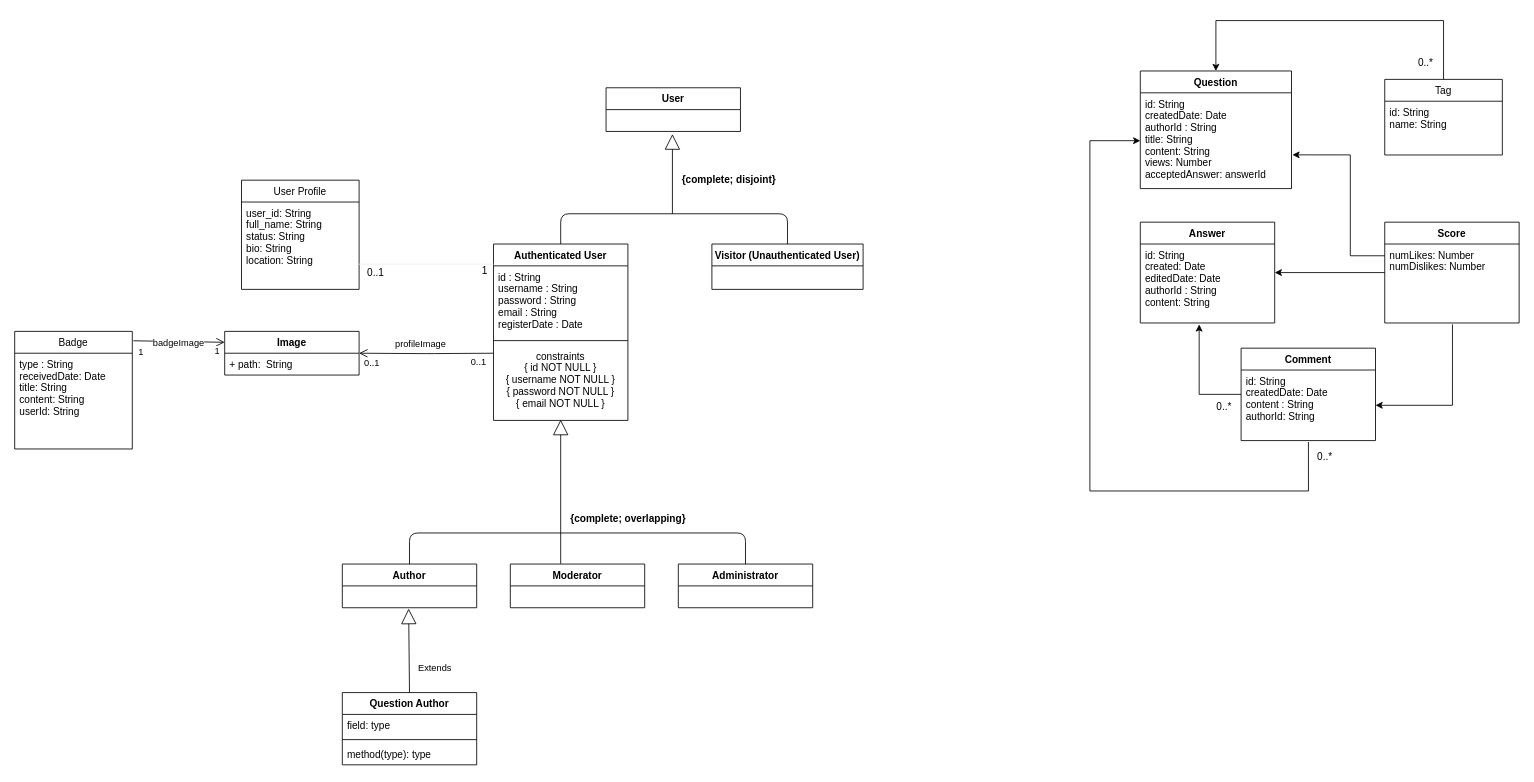
This is datamodel/datamodel.drawio from FabioMiguel2000/iNeedHelp, a draw.io file, before an edit. Source tidied: cells renumbered, new cells numbered last; positions are measured from the earlier drawing's top-left corner, leaving out a move shared by most shapes. Both pictures are drawn from the tidied source at 84%, with x=0, y=0 at pixel (14, 20).
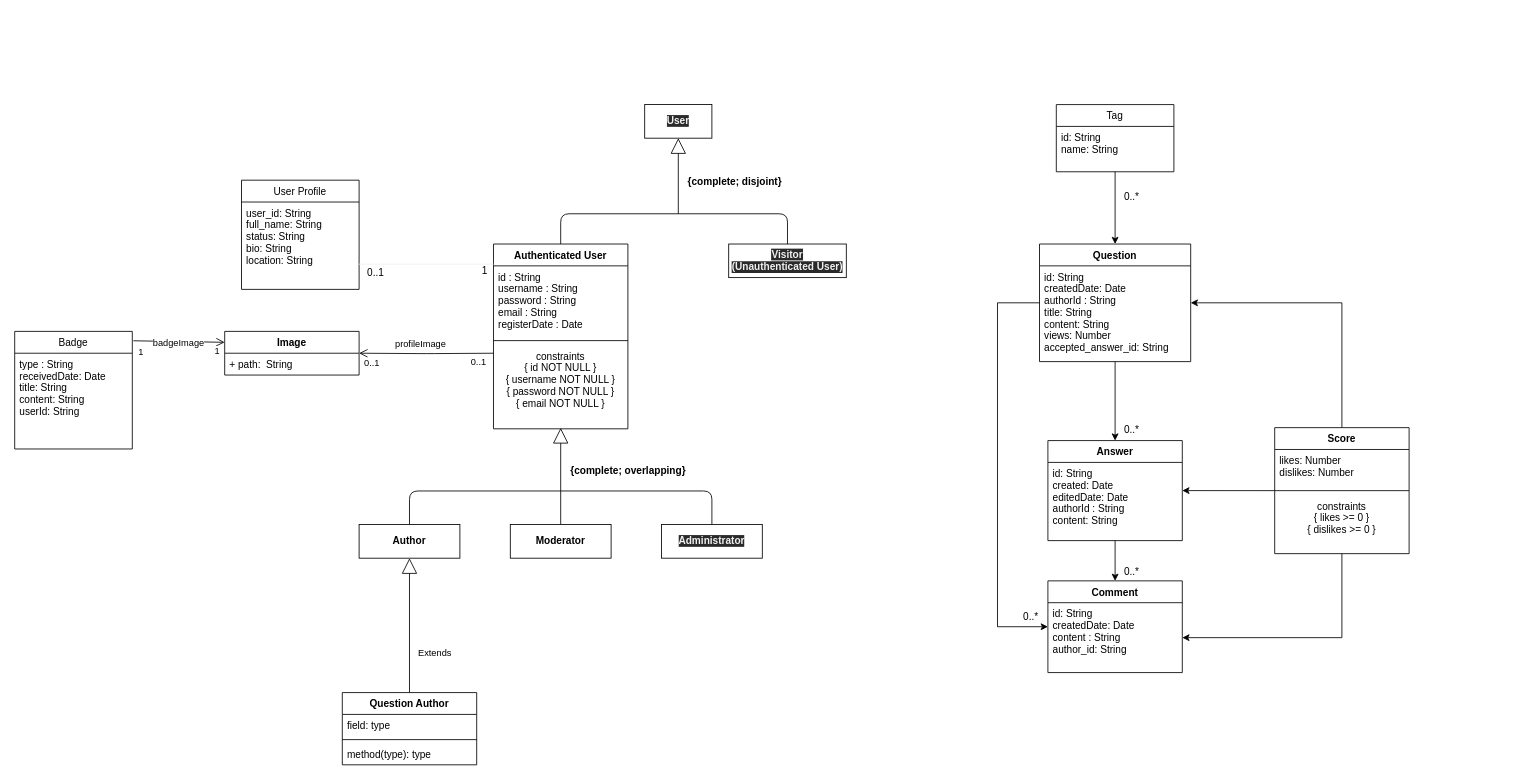
The same diagram, later.

The change refers to these unchanged cells:
```xml
<mxCell id="13" value="Question Author" style="swimlane;fontStyle=1;align=center;verticalAlign=top;horizontal=1;startSize=26;" parent="1" vertex="1">
  <mxGeometry x="390" y="800" width="160" height="86" as="geometry" />
</mxCell>
```

Diff of the diagram source:
```diff
@@
-    <mxCell id="2" value="User" style="swimlane;fontStyle=1;align=center;verticalAlign=top;horizontal=1;startSize=26;" parent="1" vertex="1">
-      <mxGeometry x="704" y="80" width="160" height="52" as="geometry" />
-    </mxCell>
-    <mxCell id="3" value="Moderator" style="swimlane;fontStyle=1;align=center;verticalAlign=top;horizontal=1;startSize=26;" parent="1" vertex="1">
-      <mxGeometry x="590" y="647" width="160" height="52" as="geometry" />
-    </mxCell>
-    <mxCell id="4" value="Administrator" style="swimlane;fontStyle=1;align=center;verticalAlign=top;horizontal=1;startSize=26;" parent="1" vertex="1">
-      <mxGeometry x="790" y="647" width="160" height="52" as="geometry" />
-    </mxCell>
     <mxCell id="5" value="Authenticated User" style="swimlane;fontStyle=1;align=center;verticalAlign=top;horizontal=1;startSize=26;" parent="1" vertex="1">
-      <mxGeometry x="570" y="266" width="160" height="210" as="geometry" />
+      <mxGeometry x="570" y="266" width="160" height="220" as="geometry" />
     </mxCell>
@@
     <mxCell id="8" value="constraints&#10;{ id NOT NULL }&#10;{ username NOT NULL }&#10;{ password NOT NULL }&#10;{ email NOT NULL }" style="text;strokeColor=none;fillColor=none;align=center;verticalAlign=top;spacingLeft=4;spacingRight=4;overflow=hidden;points=[[0,0.5],[1,0.5]];portConstraint=eastwest;" parent="5" vertex="1">
-      <mxGeometry y="120" width="160" height="90" as="geometry" />
+      <mxGeometry y="120" width="160" height="100" as="geometry" />
     </mxCell>
-    <mxCell id="9" value="Visitor (Unauthenticated User)&#10;" style="swimlane;fontStyle=1;align=center;verticalAlign=top;horizontal=1;startSize=26;" parent="1" vertex="1">
-      <mxGeometry x="830" y="266" width="180" height="54" as="geometry" />
-    </mxCell>
@@
-    <mxCell id="12" value="Author" style="swimlane;fontStyle=1;align=center;verticalAlign=top;horizontal=1;startSize=26;" parent="1" vertex="1">
-      <mxGeometry x="390" y="647" width="160" height="52" as="geometry" />
-    </mxCell>
@@
-    <mxCell id="21" value="&lt;span style=&quot;font-size: 12px ; font-weight: 700&quot;&gt;{complete; overlapping}&lt;/span&gt;" style="endArrow=block;endSize=16;endFill=0;html=1;exitX=0.375;exitY=-0.008;exitDx=0;exitDy=0;exitPerimeter=0;entryX=0.5;entryY=0.989;entryDx=0;entryDy=0;entryPerimeter=0;" parent="1" edge="1" source="3" target="8">
-      <mxGeometry x="-0.37" y="-80" relative="1" as="geometry" />
+    <mxCell id="21" value="&lt;span style=&quot;font-size: 12px ; font-weight: 700&quot;&gt;{complete; overlapping}&lt;/span&gt;" style="endArrow=block;endSize=16;endFill=0;html=1;exitX=0.5;exitY=0;exitDx=0;exitDy=0;entryX=0.5;entryY=0.989;entryDx=0;entryDy=0;entryPerimeter=0;" parent="1" edge="1" source="3" target="8">
+      <mxGeometry x="0.12" y="-80" relative="1" as="geometry" />
     </mxCell>
     <mxCell id="22" style="endArrow=none;html=1;entryX=0.5;entryY=0;entryDx=0;entryDy=0;exitX=0.5;exitY=0;exitDx=0;exitDy=0;" parent="1" edge="1" source="12" target="4">
       <mxGeometry relative="1" as="geometry">
         <Array as="points">
-          <mxPoint x="470" y="610" />
-          <mxPoint x="870" y="610" />
+          <mxPoint x="470" y="560" />
+          <mxPoint x="830" y="560" />
         </Array>
       </mxGeometry>
     </mxCell>
-    <mxCell id="23" value="Extends" style="endArrow=block;endSize=16;endFill=0;html=1;exitX=0.5;exitY=0;exitDx=0;exitDy=0;" parent="1" edge="1" source="13">
+    <mxCell id="23" value="Extends" style="endArrow=block;endSize=16;endFill=0;html=1;exitX=0.5;exitY=0;exitDx=0;exitDy=0;entryX=0.5;entryY=1;entryDx=0;entryDy=0;" parent="1" edge="1" source="13" target="12">
       <mxGeometry x="-0.4" y="-30" relative="1" as="geometry">
-        <mxPoint x="469" y="700" as="targetPoint" />
         <mxPoint y="1" as="offset" />
       </mxGeometry>
     </mxCell>
-    <mxCell id="24" value="&lt;span style=&quot;font-size: 12px ; font-weight: 700&quot;&gt;{complete; disjoint}&lt;/span&gt;" style="endArrow=block;endSize=16;endFill=0;html=1;entryX=0.494;entryY=1.12;entryDx=0;entryDy=0;entryPerimeter=0;" parent="1" edge="1">
+    <mxCell id="24" value="&lt;span style=&quot;font-size: 12px ; font-weight: 700&quot;&gt;{complete; disjoint}&lt;/span&gt;" style="endArrow=block;endSize=16;endFill=0;html=1;entryX=0.5;entryY=1;entryDx=0;entryDy=0;" parent="1" edge="1" target="2">
       <mxGeometry x="-0.16" y="-67" relative="1" as="geometry">
-        <mxPoint x="783" y="230" as="sourcePoint" />
-        <mxPoint x="783" y="135.1" as="targetPoint" />
+        <mxPoint x="790" y="230" as="sourcePoint" />
       </mxGeometry>
     </mxCell>
@@
-    <mxCell id="35" style="group;" parent="1" vertex="1">
-      <mxGeometry x="1250" y="60" width="541" height="440" as="geometry" />
-    </mxCell>
+    <mxCell id="52" value="0..*" style="text;html=1;strokeColor=none;fillColor=none;align=center;verticalAlign=middle;whiteSpace=wrap;rounded=0;" parent="1" vertex="1">
+      <mxGeometry x="1190" y="700" width="40" height="20" as="geometry" />
+    </mxCell>
+    <mxCell id="54" value="0..*" style="text;html=1;strokeColor=none;fillColor=none;align=center;verticalAlign=middle;whiteSpace=wrap;rounded=0;" parent="1" vertex="1">
+      <mxGeometry x="1310" y="200" width="40" height="20" as="geometry" />
+    </mxCell>
+    <mxCell id="55" value="1" style="text;html=1;strokeColor=none;fillColor=none;align=center;verticalAlign=middle;whiteSpace=wrap;rounded=0;" parent="1" vertex="1">
+      <mxGeometry x="550" y="290" width="20" height="15" as="geometry" />
+    </mxCell>
+    <mxCell id="56" value="0..1" style="text;html=1;strokeColor=none;fillColor=none;align=center;verticalAlign=middle;whiteSpace=wrap;rounded=0;" parent="1" vertex="1">
+      <mxGeometry x="410" y="290" width="40" height="20" as="geometry" />
+    </mxCell>
+    <mxCell id="57" style="endArrow=none;html=1;strokeColor=#f0f0f0;exitX=0;exitY=0;exitDx=0;exitDy=0;entryX=1;entryY=0;entryDx=0;entryDy=0;startSize=6;" parent="1" edge="1" source="56" target="55">
+      <mxGeometry relative="1" as="geometry" />
+    </mxCell>
+    <mxCell id="12" value="&lt;b&gt;Author&lt;/b&gt;" style="whiteSpace=wrap;html=1;" parent="1" vertex="1">
+      <mxGeometry x="410" y="600" width="120" height="40" as="geometry" />
+    </mxCell>
+    <mxCell id="3" value="&lt;span style=&quot;font-weight: 700&quot;&gt;Moderator&lt;/span&gt;" style="whiteSpace=wrap;html=1;" parent="1" vertex="1">
+      <mxGeometry x="590" y="600" width="120" height="40" as="geometry" />
+    </mxCell>
+    <mxCell id="4" value="&#10;&#10;&lt;span style=&quot;color: rgb(240, 240, 240); font-family: helvetica; font-size: 12px; font-style: normal; font-weight: 700; letter-spacing: normal; text-align: center; text-indent: 0px; text-transform: none; word-spacing: 0px; background-color: rgb(42, 42, 42); display: inline; float: none;&quot;&gt;Administrator&lt;/span&gt;&#10;&#10;" style="whiteSpace=wrap;html=1;" parent="1" vertex="1">
+      <mxGeometry x="770" y="600" width="120" height="40" as="geometry" />
+    </mxCell>
+    <mxCell id="9" value="&#10;&#10;&lt;span style=&quot;color: rgb(240, 240, 240); font-family: helvetica; font-size: 12px; font-style: normal; font-weight: 700; letter-spacing: normal; text-align: center; text-indent: 0px; text-transform: none; word-spacing: 0px; background-color: rgb(42, 42, 42); display: inline; float: none;&quot;&gt;Visitor (Unauthenticated User)&lt;/span&gt;&#10;&#10;" style="whiteSpace=wrap;html=1;" parent="1" vertex="1">
+      <mxGeometry x="850" y="266" width="140" height="40" as="geometry" />
+    </mxCell>
+    <mxCell id="2" value="&#10;&#10;&lt;span style=&quot;color: rgb(240, 240, 240); font-family: helvetica; font-size: 12px; font-style: normal; font-weight: 700; letter-spacing: normal; text-align: center; text-indent: 0px; text-transform: none; word-spacing: 0px; background-color: rgb(42, 42, 42); display: inline; float: none;&quot;&gt;User&lt;/span&gt;&#10;&#10;" style="whiteSpace=wrap;html=1;" parent="1" vertex="1">
+      <mxGeometry x="750" y="100" width="80" height="40" as="geometry" />
+    </mxCell>
+    <mxCell id="48" value="Tag" style="swimlane;fontStyle=0;horizontal=1;startSize=26;" parent="1" vertex="1">
+      <mxGeometry x="1240" y="100" width="140" height="80" as="geometry" />
+    </mxCell>
+    <mxCell id="49" value="id: String&#10;name: String" style="text;strokeColor=none;fillColor=none;align=left;verticalAlign=top;spacingLeft=4;spacingRight=4;overflow=hidden;points=[[0,0.5],[1,0.5]];portConstraint=eastwest;" parent="48" vertex="1">
+      <mxGeometry y="26" width="140" height="54" as="geometry" />
+    </mxCell>
+    <mxCell id="58" style="endArrow=classic;html=1;entryX=0.5;entryY=0;entryDx=0;entryDy=0;exitX=0.5;exitY=0.999;exitDx=0;exitDy=0;exitPerimeter=0;" parent="1" edge="1" source="49" target="36">
+      <mxGeometry relative="1" as="geometry" />
+    </mxCell>
-    <mxCell id="36" value="Question" style="swimlane;fontStyle=1;align=center;verticalAlign=top;horizontal=1;startSize=26;" parent="35" vertex="1">
-      <mxGeometry x="90" width="180" height="140" as="geometry" />
+    <mxCell id="36" value="Question" style="swimlane;fontStyle=1;align=center;verticalAlign=top;horizontal=1;startSize=26;" parent="1" vertex="1">
+      <mxGeometry x="1220" y="266" width="180" height="140" as="geometry" />
     </mxCell>
-    <mxCell id="37" value="id: String&#10;createdDate: Date&#10;authorId : String&#10;title: String&#10;content: String&#10;views: Number&#10;acceptedAnswer: answerId" style="text;strokeColor=none;fillColor=none;align=left;verticalAlign=top;spacingLeft=4;spacingRight=4;overflow=hidden;points=[[0,0.5],[1,0.5]];portConstraint=eastwest;" parent="36" vertex="1">
+    <mxCell id="37" value="id: String&#10;createdDate: Date&#10;authorId : String&#10;title: String&#10;content: String&#10;views: Number&#10;accepted_answer_id: String" style="text;strokeColor=none;fillColor=none;align=left;verticalAlign=top;spacingLeft=4;spacingRight=4;overflow=hidden;points=[[0,0.5],[1,0.5]];portConstraint=eastwest;" parent="36" vertex="1">
       <mxGeometry y="26" width="180" height="114" as="geometry" />
     </mxCell>
-    <mxCell id="38" style="edgeStyle=orthogonalEdgeStyle;rounded=0;jettySize=auto;html=1;entryX=0;entryY=0.5;entryDx=0;entryDy=0;exitX=0.501;exitY=1.02;exitDx=0;exitDy=0;exitPerimeter=0;" parent="35" edge="1" source="40" target="37">
+    <mxCell id="38" style="edgeStyle=orthogonalEdgeStyle;rounded=0;jettySize=auto;html=1;startArrow=classic;startFill=1;endArrow=none;endFill=0;exitX=0;exitY=0.5;exitDx=0;exitDy=0;entryX=0;entryY=0.5;entryDx=0;entryDy=0;" parent="1" edge="1" source="39" target="36">
       <mxGeometry relative="1" as="geometry">
         <Array as="points">
-          <mxPoint x="290" y="500" />
-          <mxPoint x="30" y="500" />
-          <mxPoint x="30" y="83" />
+          <mxPoint x="1170" y="722" />
+          <mxPoint x="1170" y="336" />
         </Array>
       </mxGeometry>
     </mxCell>
+    <mxCell id="45" style="edgeStyle=orthogonalEdgeStyle;rounded=0;jettySize=auto;html=1;entryX=1;entryY=0.5;entryDx=0;entryDy=0;exitX=0.5;exitY=0;exitDx=0;exitDy=0;" parent="1" edge="1" source="46" target="36">
+      <mxGeometry relative="1" as="geometry">
+        <Array as="points">
+          <mxPoint x="1580" y="336" />
+        </Array>
+      </mxGeometry>
+    </mxCell>
+    <mxCell id="59" style="endArrow=none;html=1;exitX=0.5;exitY=0;exitDx=0;exitDy=0;entryX=0.5;entryY=1;entryDx=0;entryDy=0;startArrow=classic;startFill=1;" parent="1" edge="1" source="41" target="36">
+      <mxGeometry relative="1" as="geometry" />
+    </mxCell>
-    <mxCell id="39" value="Comment" style="swimlane;fontStyle=1;align=center;verticalAlign=top;horizontal=1;startSize=26;" parent="35" vertex="1">
-      <mxGeometry x="210" y="330" width="160" height="110" as="geometry" />
+    <mxCell id="39" value="Comment" style="swimlane;fontStyle=1;align=center;verticalAlign=top;horizontal=1;startSize=26;" parent="1" vertex="1">
+      <mxGeometry x="1230" y="667" width="160" height="109.2" as="geometry" />
     </mxCell>
-    <mxCell id="40" value="id: String&#10;createdDate: Date&#10;content : String&#10;authorId: String" style="text;strokeColor=none;fillColor=none;align=left;verticalAlign=top;spacingLeft=4;spacingRight=4;overflow=hidden;points=[[0,0.5],[1,0.5]];portConstraint=eastwest;" parent="39" vertex="1">
-      <mxGeometry y="26" width="160" height="84" as="geometry" />
+    <mxCell id="40" value="id: String&#10;createdDate: Date&#10;content : String&#10;author_id: String" style="text;strokeColor=none;fillColor=none;align=left;verticalAlign=top;spacingLeft=4;spacingRight=4;overflow=hidden;points=[[0,0.5],[1,0.5]];portConstraint=eastwest;" parent="39" vertex="1">
+      <mxGeometry y="26" width="160" height="83.2" as="geometry" />
     </mxCell>
-    <mxCell id="41" value="Answer" style="swimlane;fontStyle=1;align=center;verticalAlign=top;horizontal=1;startSize=26;" parent="35" vertex="1">
-      <mxGeometry x="90" y="180" width="160" height="120" as="geometry" />
+    <mxCell id="41" value="Answer" style="swimlane;fontStyle=1;align=center;verticalAlign=top;horizontal=1;startSize=26;" parent="1" vertex="1">
+      <mxGeometry x="1230" y="500" width="160" height="119.1" as="geometry" />
     </mxCell>
     <mxCell id="42" value="id: String&#10;created: Date&#10;editedDate: Date&#10;authorId : String&#10;content: String" style="text;strokeColor=none;fillColor=none;align=left;verticalAlign=top;spacingLeft=4;spacingRight=4;overflow=hidden;points=[[0,0.5],[1,0.5]];portConstraint=eastwest;" parent="41" vertex="1">
-      <mxGeometry y="26" width="160" height="94" as="geometry" />
+      <mxGeometry y="26" width="160" height="93.1" as="geometry" />
     </mxCell>
-    <mxCell id="43" style="edgeStyle=orthogonalEdgeStyle;rounded=0;jettySize=auto;html=1;entryX=0.438;entryY=1.018;entryDx=0;entryDy=0;entryPerimeter=0;" parent="35" edge="1" source="39" target="42">
-      <mxGeometry relative="1" as="geometry">
+    <mxCell id="43" style="edgeStyle=orthogonalEdgeStyle;rounded=0;jettySize=auto;html=1;startArrow=classic;startFill=1;endArrow=none;endFill=0;exitX=0.5;exitY=0;exitDx=0;exitDy=0;entryX=0.5;entryY=1;entryDx=0;entryDy=0;" parent="1" edge="1" source="39" target="41">
+      <mxGeometry x="680" y="440" as="geometry">
         <Array as="points">
-          <mxPoint x="160" y="385" />
+          <mxPoint x="1310" y="640" />
+          <mxPoint x="1310" y="640" />
         </Array>
       </mxGeometry>
     </mxCell>
-    <mxCell id="44" style="edgeStyle=orthogonalEdgeStyle;rounded=0;jettySize=auto;html=1;" parent="35" edge="1" source="46">
-      <mxGeometry relative="1" as="geometry">
-        <mxPoint x="250" y="240" as="targetPoint" />
-        <Array as="points">
-          <mxPoint x="250" y="240" />
-        </Array>
-      </mxGeometry>
+    <mxCell id="44" style="edgeStyle=orthogonalEdgeStyle;rounded=0;jettySize=auto;html=1;exitX=0;exitY=0.5;exitDx=0;exitDy=0;entryX=1;entryY=0.5;entryDx=0;entryDy=0;" parent="1" edge="1" source="46" target="41">
+      <mxGeometry x="680" y="440" as="geometry" />
     </mxCell>
-    <mxCell id="45" style="edgeStyle=orthogonalEdgeStyle;rounded=0;jettySize=auto;html=1;entryX=1.006;entryY=0.648;entryDx=0;entryDy=0;entryPerimeter=0;" parent="35" edge="1" source="46" target="37">
-      <mxGeometry relative="1" as="geometry">
-        <Array as="points">
-          <mxPoint x="340" y="220" />
-          <mxPoint x="340" y="100" />
-        </Array>
-      </mxGeometry>
-    </mxCell>
-    <mxCell id="46" value="Score" style="swimlane;fontStyle=1;align=center;verticalAlign=top;horizontal=1;startSize=26;" parent="35" vertex="1">
-      <mxGeometry x="381" y="180" width="160" height="120" as="geometry" />
+    <mxCell id="46" value="Score" style="swimlane;fontStyle=1;align=center;verticalAlign=top;horizontal=1;startSize=26;" parent="1" vertex="1">
+      <mxGeometry x="1500" y="484.6" width="160" height="150" as="geometry" />
     </mxCell>
-    <mxCell id="47" value="numLikes: Number&#10;numDislikes: Number" style="text;strokeColor=none;fillColor=none;align=left;verticalAlign=top;spacingLeft=4;spacingRight=4;overflow=hidden;points=[[0,0.5],[1,0.5]];portConstraint=eastwest;" parent="46" vertex="1">
-      <mxGeometry y="26" width="160" height="94" as="geometry" />
+    <mxCell id="47" value="likes: Number&#10;dislikes: Number" style="text;strokeColor=none;fillColor=none;align=left;verticalAlign=top;spacingLeft=4;spacingRight=4;overflow=hidden;points=[[0,0.5],[1,0.5]];portConstraint=eastwest;" parent="46" vertex="1">
+      <mxGeometry y="26" width="160" height="44" as="geometry" />
     </mxCell>
-    <mxCell id="48" value="Tag" style="swimlane;fontStyle=0;horizontal=1;startSize=26;" parent="35" vertex="1">
-      <mxGeometry x="381" y="10" width="140" height="90" as="geometry" />
-    </mxCell>
-    <mxCell id="49" value="id: String&#10;name: String" style="text;strokeColor=none;fillColor=none;align=left;verticalAlign=top;spacingLeft=4;spacingRight=4;overflow=hidden;points=[[0,0.5],[1,0.5]];portConstraint=eastwest;" parent="48" vertex="1">
-      <mxGeometry y="26" width="140" height="64" as="geometry" />
-    </mxCell>
-    <mxCell id="50" style="edgeStyle=orthogonalEdgeStyle;rounded=0;jettySize=auto;html=1;entryX=0.5;entryY=0;entryDx=0;entryDy=0;" parent="35" edge="1" target="36">
-      <mxGeometry relative="1" as="geometry">
-        <mxPoint x="451" y="10" as="sourcePoint" />
-        <Array as="points">
-          <mxPoint x="451" y="-60" />
-          <mxPoint x="180" y="-60" />
-        </Array>
-      </mxGeometry>
-    </mxCell>
+    <mxCell id="60" style="line;strokeWidth=1;fillColor=none;align=left;verticalAlign=middle;spacingTop=-1;spacingLeft=3;spacingRight=3;labelPosition=right;" parent="46" vertex="1">
+      <mxGeometry y="70" width="160" height="10" as="geometry" />
+    </mxCell>
+    <mxCell id="61" value="constraints&#10;{ likes &gt;= 0 }&#10;{ dislikes &gt;= 0 }" style="text;strokeColor=none;fillColor=none;align=center;verticalAlign=top;spacingLeft=4;spacingRight=4;overflow=hidden;" parent="46" vertex="1">
+      <mxGeometry y="80" width="160" height="70" as="geometry" />
+    </mxCell>
-    <mxCell id="51" style="edgeStyle=orthogonalEdgeStyle;rounded=0;jettySize=auto;html=1;exitX=0.504;exitY=1.018;exitDx=0;exitDy=0;entryX=1;entryY=0.5;entryDx=0;entryDy=0;exitPerimeter=0;" parent="35" edge="1" source="47" target="40">
-      <mxGeometry relative="1" as="geometry">
+    <mxCell id="51" style="edgeStyle=orthogonalEdgeStyle;rounded=0;jettySize=auto;html=1;entryX=1;entryY=0.5;entryDx=0;entryDy=0;exitX=0.5;exitY=1;exitDx=0;exitDy=0;" parent="1" edge="1" source="46" target="40">
+      <mxGeometry x="680" y="440" as="geometry">
         <Array as="points">
-          <mxPoint x="461" y="398" />
+          <mxPoint x="1580" y="735" />
         </Array>
       </mxGeometry>
     </mxCell>
-    <mxCell id="52" value="0..*" style="text;html=1;strokeColor=none;fillColor=none;align=center;verticalAlign=middle;whiteSpace=wrap;rounded=0;" parent="1" vertex="1">
-      <mxGeometry x="1540" y="510" width="40" height="20" as="geometry" />
-    </mxCell>
+    <mxCell id="62" value="0..*" style="text;html=1;strokeColor=none;fillColor=none;align=center;verticalAlign=middle;whiteSpace=wrap;rounded=0;" parent="1" vertex="1">
+      <mxGeometry x="1310" y="477.7" width="40" height="19.8" as="geometry" />
+    </mxCell>
     <mxCell id="53" value="0..*" style="text;html=1;strokeColor=none;fillColor=none;align=center;verticalAlign=middle;whiteSpace=wrap;rounded=0;" parent="1" vertex="1">
-      <mxGeometry x="1420" y="450" width="40" height="20" as="geometry" />
+      <mxGeometry x="1310" y="647.2" width="40" height="19.8" as="geometry" />
     </mxCell>
-    <mxCell id="54" value="0..*" style="text;html=1;strokeColor=none;fillColor=none;align=center;verticalAlign=middle;whiteSpace=wrap;rounded=0;" parent="1" vertex="1">
-      <mxGeometry x="1660" y="40" width="40" height="20" as="geometry" />
-    </mxCell>
-    <mxCell id="55" value="1" style="text;html=1;strokeColor=none;fillColor=none;align=center;verticalAlign=middle;whiteSpace=wrap;rounded=0;" parent="1" vertex="1">
-      <mxGeometry x="550" y="290" width="20" height="15" as="geometry" />
-    </mxCell>
-    <mxCell id="56" value="0..1" style="text;html=1;strokeColor=none;fillColor=none;align=center;verticalAlign=middle;whiteSpace=wrap;rounded=0;" parent="1" vertex="1">
-      <mxGeometry x="410" y="290" width="40" height="20" as="geometry" />
-    </mxCell>
-    <mxCell id="57" style="endArrow=none;html=1;strokeColor=#f0f0f0;exitX=0;exitY=0;exitDx=0;exitDy=0;entryX=1;entryY=0;entryDx=0;entryDy=0;startSize=6;" parent="1" edge="1" source="56" target="55">
-      <mxGeometry relative="1" as="geometry" />
-    </mxCell>
```
